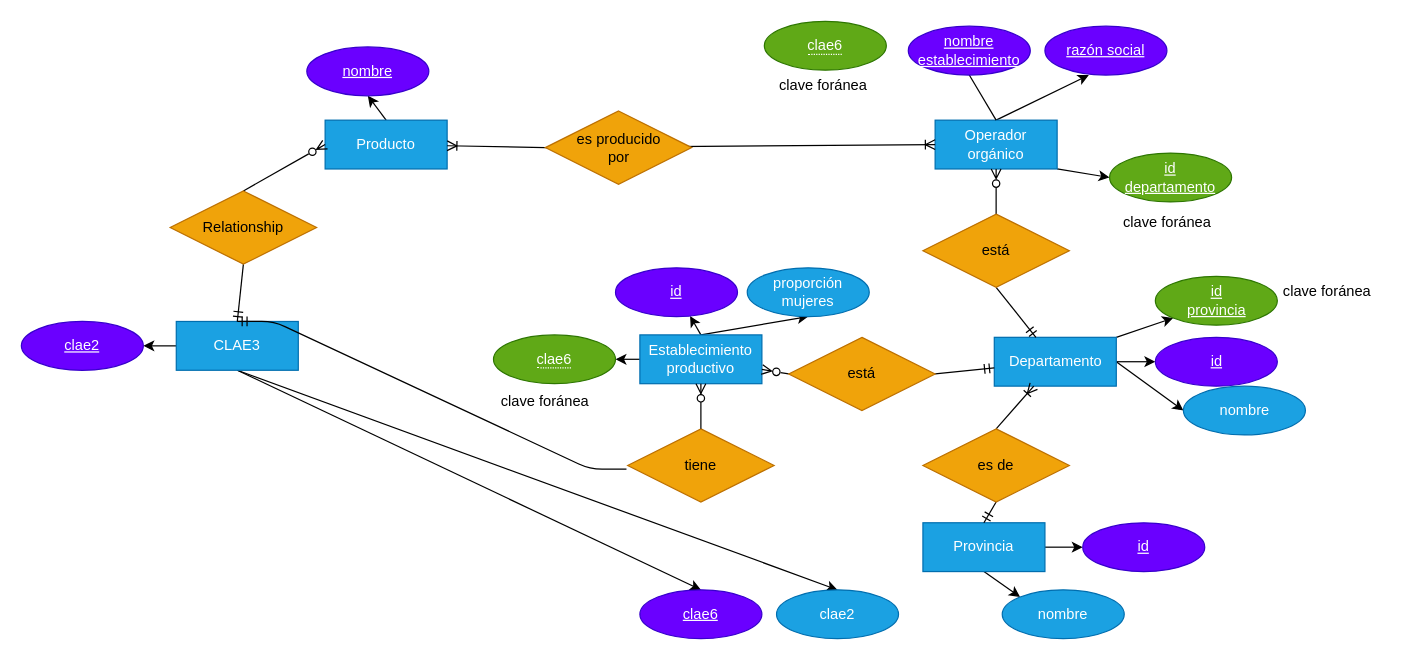
MarioSigal/TPs-Laboratorio_de_Datos keeps this draw.io diagram as DER.drawio. Above is the earlier version. Source tidied: cells renumbered, new cells numbered last; positions are measured from the earlier drawing's top-left corner, leaving out a move shared by most shapes. Both pictures are drawn from the tidied source at 122%, with x=0, y=0 at pixel (21, 21).
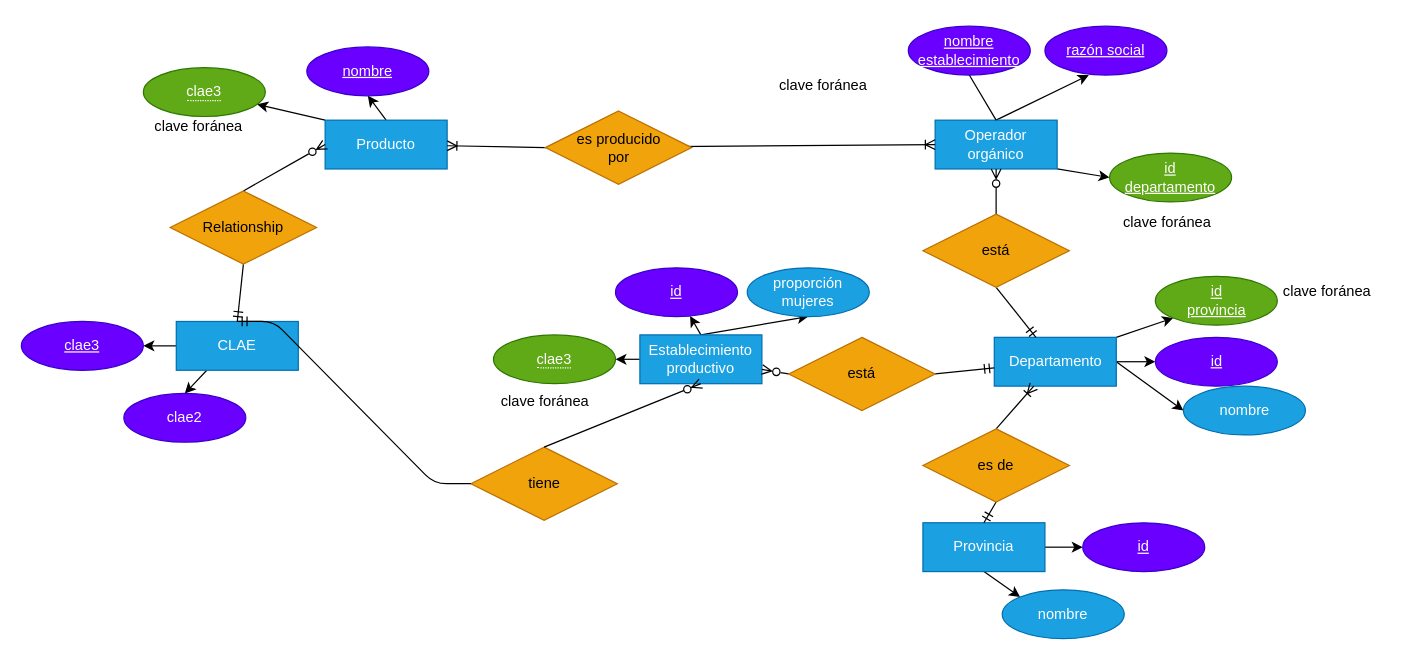
Above is the later version.

The change refers to these unchanged cells:
```xml
<mxCell id="6" value="Producto" style="whiteSpace=wrap;html=1;align=center;fillColor=#1ba1e2;fontColor=#ffffff;strokeColor=#006EAF;" parent="1" vertex="1">
  <mxGeometry x="249" y="81" width="100" height="40" as="geometry" />
</mxCell>
```

The edit, as a diff of the source:
```diff
@@
+    <mxCell id="61" style="edgeStyle=none;html=1;exitX=0;exitY=0;exitDx=0;exitDy=0;strokeColor=#000000;" parent="1" edge="1" source="6" target="62">
+      <mxGeometry relative="1" as="geometry" />
+    </mxCell>
@@
-    <mxCell id="30" style="edgeStyle=none;html=1;exitX=0.5;exitY=1;exitDx=0;exitDy=0;entryX=0.5;entryY=0;entryDx=0;entryDy=0;strokeColor=#000000;" parent="1" edge="1" source="33" target="45">
-      <mxGeometry relative="1" as="geometry" />
-    </mxCell>
+    <mxCell id="32" style="edgeStyle=none;html=1;exitX=0;exitY=0.5;exitDx=0;exitDy=0;entryX=1;entryY=0.5;entryDx=0;entryDy=0;strokeColor=#000000;" parent="1" edge="1" source="33" target="57">
+      <mxGeometry relative="1" as="geometry" />
+    </mxCell>
-    <mxCell id="31" style="edgeStyle=none;html=1;exitX=0.5;exitY=1;exitDx=0;exitDy=0;entryX=0.5;entryY=0;entryDx=0;entryDy=0;strokeColor=#000000;" parent="1" edge="1" source="33" target="46">
+    <mxCell id="31" style="edgeStyle=none;html=1;exitX=0.25;exitY=1;exitDx=0;exitDy=0;entryX=0.5;entryY=0;entryDx=0;entryDy=0;strokeColor=#000000;" parent="1" edge="1" source="33" target="46">
       <mxGeometry relative="1" as="geometry" />
     </mxCell>
-    <mxCell id="32" style="edgeStyle=none;html=1;exitX=0;exitY=0.5;exitDx=0;exitDy=0;entryX=1;entryY=0.5;entryDx=0;entryDy=0;strokeColor=#000000;" parent="1" edge="1" source="33" target="57">
-      <mxGeometry relative="1" as="geometry" />
-    </mxCell>
-    <mxCell id="33" value="CLAE3" style="whiteSpace=wrap;html=1;align=center;fillColor=#1ba1e2;fontColor=#ffffff;strokeColor=#006EAF;" parent="1" vertex="1">
+    <mxCell id="33" value="CLAE" style="whiteSpace=wrap;html=1;align=center;fillColor=#1ba1e2;fontColor=#ffffff;strokeColor=#006EAF;" parent="1" vertex="1">
       <mxGeometry x="127" y="246" width="100" height="40" as="geometry" />
     </mxCell>
     <mxCell id="34" value="tiene" style="shape=rhombus;perimeter=rhombusPerimeter;whiteSpace=wrap;html=1;align=center;fillColor=#f0a30a;fontColor=#000000;strokeColor=#BD7000;" parent="1" vertex="1">
-      <mxGeometry x="497" y="334" width="120" height="60" as="geometry" />
+      <mxGeometry x="368.5" y="349" width="120" height="60" as="geometry" />
     </mxCell>
@@
-    <mxCell id="45" value="clae6" style="ellipse;whiteSpace=wrap;html=1;align=center;fontStyle=4;fillColor=#6a00ff;fontColor=#ffffff;strokeColor=#3700CC;" parent="1" vertex="1">
-      <mxGeometry x="507" y="466" width="100" height="40" as="geometry" />
-    </mxCell>
-    <mxCell id="46" value="clae2" style="ellipse;whiteSpace=wrap;html=1;align=center;fillColor=#1ba1e2;fontColor=#ffffff;strokeColor=#006EAF;" parent="1" vertex="1">
-      <mxGeometry x="619" y="466" width="100" height="40" as="geometry" />
-    </mxCell>
-    <mxCell id="47" value="&lt;span style=&quot;border-bottom: 1px dotted&quot;&gt;clae6&lt;/span&gt;" style="ellipse;whiteSpace=wrap;html=1;align=center;fillColor=#60a917;fontColor=#ffffff;strokeColor=#2D7600;" parent="1" vertex="1">
+    <mxCell id="47" value="&lt;span style=&quot;border-bottom: 1px dotted&quot;&gt;clae3&lt;/span&gt;" style="ellipse;whiteSpace=wrap;html=1;align=center;fillColor=#60a917;fontColor=#ffffff;strokeColor=#2D7600;" parent="1" vertex="1">
       <mxGeometry x="387" y="257" width="100" height="40" as="geometry" />
     </mxCell>
@@
-    <mxCell id="50" style="edgeStyle=entityRelationEdgeStyle;fontSize=12;html=1;endArrow=none;startArrow=ERmandOne;strokeColor=#000000;fontColor=#000000;startFill=0;endFill=0;exitX=0.5;exitY=0;exitDx=0;exitDy=0;" parent="1" edge="1" source="33">
-      <mxGeometry relative="1" as="geometry">
-        <mxPoint x="496" y="367" as="targetPoint" />
-      </mxGeometry>
+    <mxCell id="50" style="edgeStyle=entityRelationEdgeStyle;fontSize=12;html=1;endArrow=none;startArrow=ERmandOne;strokeColor=#000000;fontColor=#000000;startFill=0;endFill=0;exitX=0.5;exitY=0;exitDx=0;exitDy=0;entryX=0;entryY=0.5;entryDx=0;entryDy=0;" parent="1" edge="1" source="33" target="34">
+      <mxGeometry relative="1" as="geometry" />
     </mxCell>
@@
-    <mxCell id="55" value="&lt;span style=&quot;border-bottom: 1px dotted&quot;&gt;clae6&lt;/span&gt;" style="ellipse;whiteSpace=wrap;html=1;align=center;fillColor=#60a917;fontColor=#ffffff;strokeColor=#2D7600;" parent="1" vertex="1">
-      <mxGeometry x="609" width="100" height="40" as="geometry" />
-    </mxCell>
@@
-    <mxCell id="57" value="clae2" style="ellipse;whiteSpace=wrap;html=1;align=center;fontStyle=4;fillColor=#6a00ff;fontColor=#ffffff;strokeColor=#3700CC;" parent="1" vertex="1">
+    <mxCell id="57" value="clae3" style="ellipse;whiteSpace=wrap;html=1;align=center;fontStyle=4;fillColor=#6a00ff;fontColor=#ffffff;strokeColor=#3700CC;" parent="1" vertex="1">
       <mxGeometry y="246" width="100" height="40" as="geometry" />
     </mxCell>
@@
+    <mxCell id="46" value="clae2" style="ellipse;whiteSpace=wrap;html=1;align=center;fillColor=#6a00ff;fontColor=#ffffff;strokeColor=#3700CC;" parent="1" vertex="1">
+      <mxGeometry x="84" y="305" width="100" height="40" as="geometry" />
+    </mxCell>
+    <mxCell id="62" value="&lt;span style=&quot;border-bottom: 1px dotted&quot;&gt;clae3&lt;/span&gt;" style="ellipse;whiteSpace=wrap;html=1;align=center;fillColor=#60a917;fontColor=#ffffff;strokeColor=#2D7600;" parent="1" vertex="1">
+      <mxGeometry x="100" y="38" width="100" height="40" as="geometry" />
+    </mxCell>
+    <mxCell id="63" value="&lt;font color=&quot;#000000&quot;&gt;clave foránea&lt;/font&gt;" style="text;html=1;align=center;verticalAlign=middle;strokeColor=none;fillColor=none;" parent="1" vertex="1">
+      <mxGeometry x="95" y="69" width="99" height="33" as="geometry" />
+    </mxCell>
```
